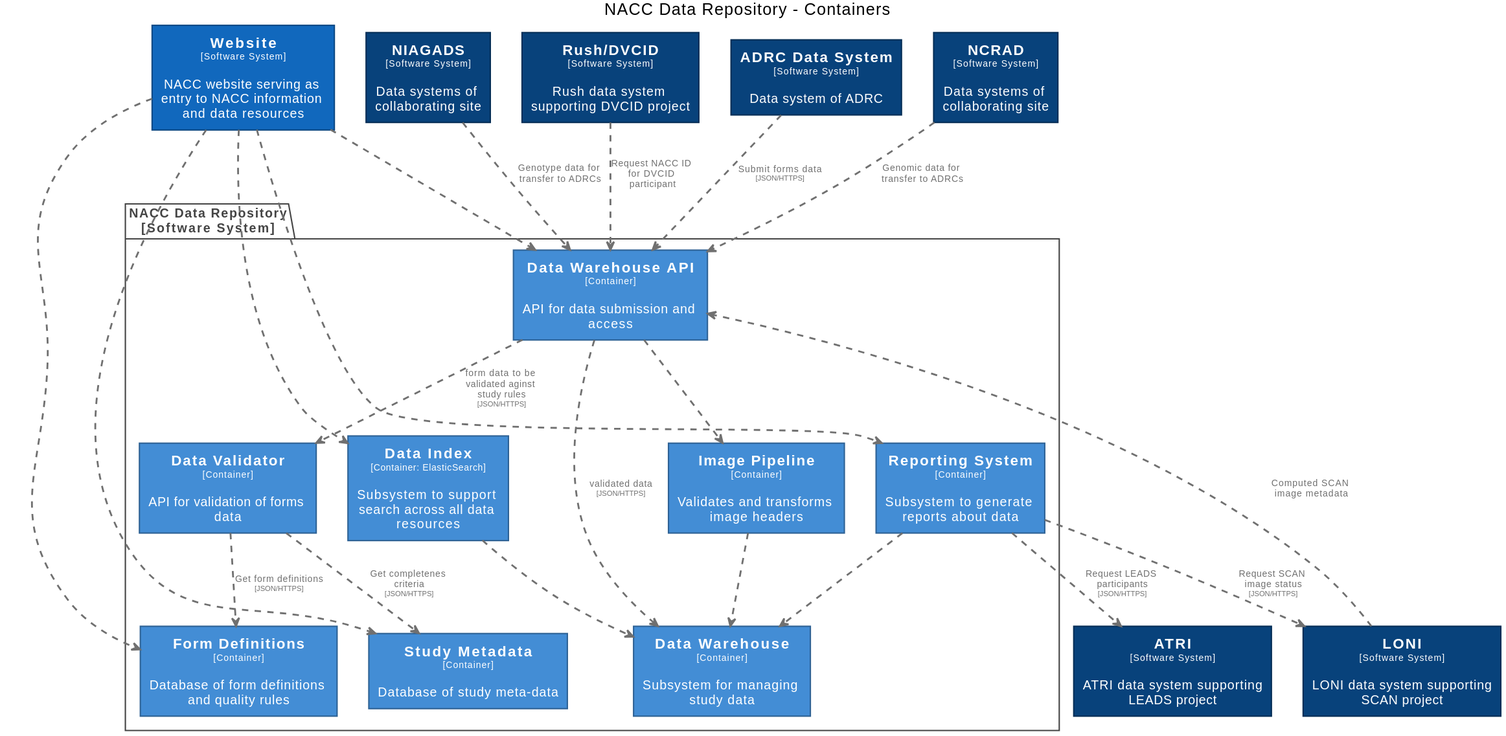
Before: docs/images/structurizr-RepositoryContainers.svg, a diagram exported from PlantUML (naccdata/system-design).
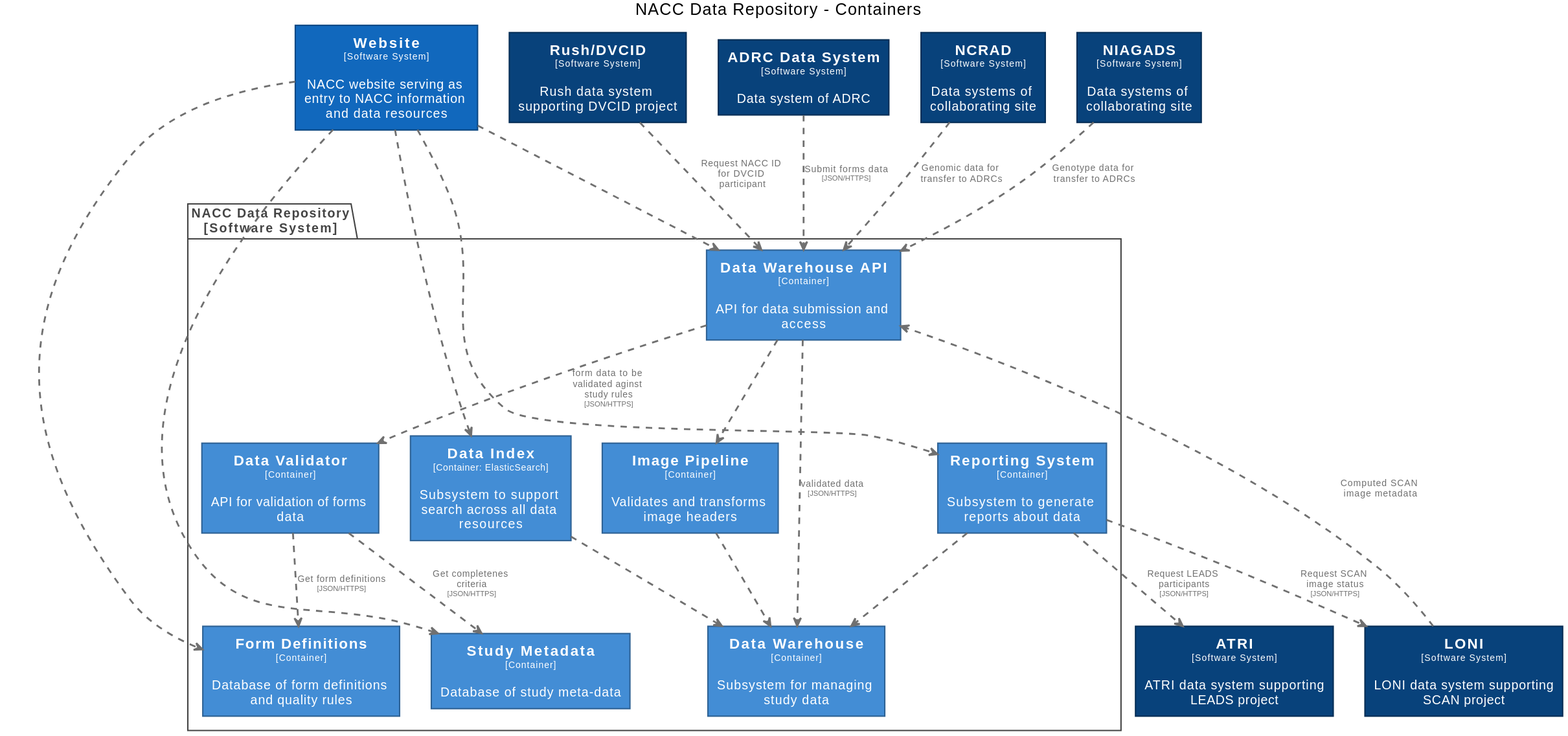
The same file after the commit.

The edit, as a diff of the source:
```diff
@@ -89,29 +89,29 @@
   BorderColor #0b4884
 }
 
-rectangle "==Website\n<size:10>[Software System]</size>\n\nNACC website serving as entry to NACC information and data resources" <<Website>> as Website
-rectangle "==NCRAD\n<size:10>[Software System]</size>\n\nData systems of collaborating site" <<NCRAD>> as NCRAD
 rectangle "==ATRI\n<size:10>[Software System]</size>\n\nATRI data system supporting LEADS project" <<ATRI>> as ATRI
 rectangle "==NIAGADS\n<size:10>[Software System]</size>\n\nData systems of collaborating site" <<NIAGADS>> as NIAGADS
 rectangle "==Rush/DVCID\n<size:10>[Software System]</size>\n\nRush data system supporting DVCID project" <<RushDVCID>> as RushDVCID
 rectangle "==ADRC Data System\n<size:10>[Software System]</size>\n\nData system of ADRC" <<ADRCDataSystem>> as ADRCDataSystem
 rectangle "==LONI\n<size:10>[Software System]</size>\n\nLONI data system supporting SCAN project" <<LONI>> as LONI
+rectangle "==NCRAD\n<size:10>[Software System]</size>\n\nData systems of collaborating site" <<NCRAD>> as NCRAD
+rectangle "==Website\n<size:10>[Software System]</size>\n\nNACC website serving as entry to NACC information and data resources" <<Website>> as Website
 
 package "NACC Data Repository\n[Software System]" <<NACCDataRepository>> {
   skinparam PackageBorderColor<<NACCDataRepository>> #444444
   skinparam PackageFontColor<<NACCDataRepository>> #444444
 
+  rectangle "==Image Pipeline\n<size:10>[Container]</size>\n\nValidates and transforms image headers" <<NACCDataRepository.ImagePipeline>> as NACCDataRepository.ImagePipeline
   rectangle "==Data Warehouse API\n<size:10>[Container]</size>\n\nAPI for data submission and access" <<NACCDataRepository.DataWarehouseAPI>> as NACCDataRepository.DataWarehouseAPI
+  rectangle "==Data Warehouse\n<size:10>[Container]</size>\n\nSubsystem for managing study data" <<NACCDataRepository.DataWarehouse>> as NACCDataRepository.DataWarehouse
   rectangle "==Data Index\n<size:10>[Container: ElasticSearch]</size>\n\nSubsystem to support search across all data resources" <<NACCDataRepository.DataIndex>> as NACCDataRepository.DataIndex
   rectangle "==Reporting System\n<size:10>[Container]</size>\n\nSubsystem to generate reports about data" <<NACCDataRepository.ReportingSystem>> as NACCDataRepository.ReportingSystem
-  rectangle "==Data Warehouse\n<size:10>[Container]</size>\n\nSubsystem for managing study data" <<NACCDataRepository.DataWarehouse>> as NACCDataRepository.DataWarehouse
   rectangle "==Form Definitions\n<size:10>[Container]</size>\n\nDatabase of form definitions and quality rules" <<NACCDataRepository.FormDefinitions>> as NACCDataRepository.FormDefinitions
   rectangle "==Study Metadata\n<size:10>[Container]</size>\n\nDatabase of study meta-data" <<NACCDataRepository.StudyMetadata>> as NACCDataRepository.StudyMetadata
   rectangle "==Data Validator\n<size:10>[Container]</size>\n\nAPI for validation of forms data" <<NACCDataRepository.DataValidator>> as NACCDataRepository.DataValidator
-  rectangle "==Image Pipeline\n<size:10>[Container]</size>\n\nValidates and transforms image headers" <<NACCDataRepository.ImagePipeline>> as NACCDataRepository.ImagePipeline
 }
 
-NACCDataRepository.ImagePipeline .[#707070,thickness=2].> NACCDataRepository.DataWarehouse : "<color:#707070>"
+NACCDataRepository.DataValidator .[#707070,thickness=2].> NACCDataRepository.StudyMetadata : "<color:#707070>Get completenes criteria\n<color:#707070><size:8>[JSON/HTTPS]</size>"
 ADRCDataSystem .[#707070,thickness=2].> NACCDataRepository.DataWarehouseAPI : "<color:#707070>Submit forms data\n<color:#707070><size:8>[JSON/HTTPS]</size>"
 NCRAD .[#707070,thickness=2].> NACCDataRepository.DataWarehouseAPI : "<color:#707070>Genomic data for transfer to ADRCs"
 NIAGADS .[#707070,thickness=2].> NACCDataRepository.DataWarehouseAPI : "<color:#707070>Genotype data for transfer to ADRCs"
@@ -119,6 +119,7 @@
 NACCDataRepository.ReportingSystem .[#707070,thickness=2].> LONI : "<color:#707070>Request SCAN image status\n<color:#707070><size:8>[JSON/HTTPS]</size>"
 NACCDataRepository.ReportingSystem .[#707070,thickness=2].> ATRI : "<color:#707070>Request LEADS participants\n<color:#707070><size:8>[JSON/HTTPS]</size>"
 RushDVCID .[#707070,thickness=2].> NACCDataRepository.DataWarehouseAPI : "<color:#707070>Request NACC ID for DVCID participant"
+NACCDataRepository.ImagePipeline .[#707070,thickness=2].> NACCDataRepository.DataWarehouse : "<color:#707070>"
 NACCDataRepository.DataWarehouseAPI .[#707070,thickness=2].> NACCDataRepository.DataValidator : "<color:#707070>form data to be validated aginst study rules\n<color:#707070><size:8>[JSON/HTTPS]</size>"
 NACCDataRepository.DataWarehouseAPI .[#707070,thickness=2].> NACCDataRepository.DataWarehouse : "<color:#707070>validated data\n<color:#707070><size:8>[JSON/HTTPS]</size>"
 NACCDataRepository.DataWarehouseAPI .[#707070,thickness=2].> NACCDataRepository.ImagePipeline : "<color:#707070>"
@@ -130,5 +131,4 @@
 Website .[#707070,thickness=2].> NACCDataRepository.StudyMetadata : "<color:#707070>"
 Website .[#707070,thickness=2].> NACCDataRepository.FormDefinitions : "<color:#707070>"
 NACCDataRepository.DataValidator .[#707070,thickness=2].> NACCDataRepository.FormDefinitions : "<color:#707070>Get form definitions\n<color:#707070><size:8>[JSON/HTTPS]</size>"
-NACCDataRepository.DataValidator .[#707070,thickness=2].> NACCDataRepository.StudyMetadata : "<color:#707070>Get completenes criteria\n<color:#707070><size:8>[JSON/HTTPS]</size>"
 @enduml
```
